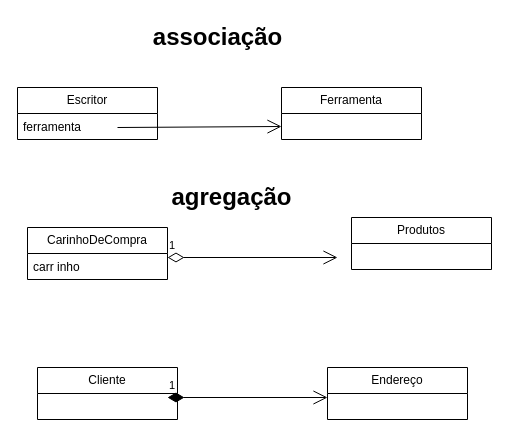
Earlier version of the draw.io diagram Diagrama sem nome.drawio (JackDev085/api-com-python). Source tidied: cells renumbered, new cells numbered last; positions are measured from the earlier drawing's top-left corner, leaving out a move shared by most shapes. Both pictures are drawn from the tidied source at 100%, with x=0, y=0 at pixel (17, 17).
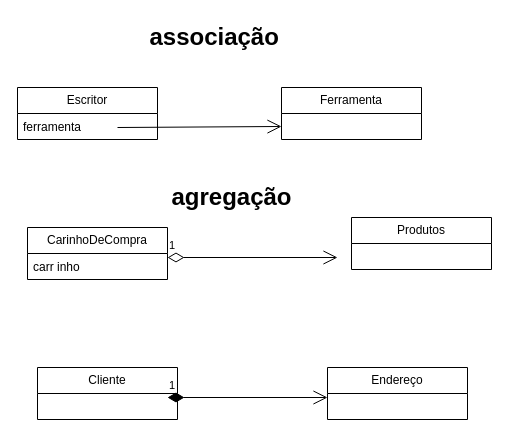
The same diagram, later.

The edit, as a diff of the source:
```diff
@@
 <mxGraphModel>
   <root>
     <mxCell id="0" />
     <mxCell id="1" parent="0" />
     <mxCell id="2" value="Escritor" style="swimlane;fontStyle=0;horizontal=1;startSize=26;fillColor=none;whiteSpace=wrap;html=1;" parent="1" vertex="1">
       <mxGeometry y="70" width="140" height="52" as="geometry" />
     </mxCell>
     <mxCell id="3" value="ferramenta&lt;br&gt;" style="text;strokeColor=none;fillColor=none;align=left;verticalAlign=top;spacingLeft=4;spacingRight=4;overflow=hidden;whiteSpace=wrap;html=1;" parent="2" vertex="1">
       <mxGeometry y="26" width="140" height="26" as="geometry" />
     </mxCell>
     <mxCell id="4" style="endArrow=open;endFill=1;endSize=12;html=1;rounded=0;entryX=0;entryY=0.75;entryDx=0;entryDy=0;" parent="2" edge="1" target="5">
       <mxGeometry relative="1" as="geometry">
         <mxPoint x="100" y="40" as="sourcePoint" />
       </mxGeometry>
     </mxCell>
     <mxCell id="5" value="Ferramenta" style="swimlane;fontStyle=0;horizontal=1;startSize=26;fillColor=none;whiteSpace=wrap;html=1;" parent="1" vertex="1">
       <mxGeometry x="264" y="70" width="140" height="52" as="geometry" />
     </mxCell>
     <mxCell id="6" value="CarinhoDeCompra" style="swimlane;fontStyle=0;horizontal=1;startSize=26;fillColor=none;whiteSpace=wrap;html=1;" parent="1" vertex="1">
       <mxGeometry x="10" y="210" width="140" height="52" as="geometry" />
     </mxCell>
     <mxCell id="7" value="carr inho" style="text;strokeColor=none;fillColor=none;align=left;verticalAlign=top;spacingLeft=4;spacingRight=4;overflow=hidden;whiteSpace=wrap;html=1;" parent="6" vertex="1">
       <mxGeometry y="26" width="140" height="26" as="geometry" />
     </mxCell>
     <mxCell id="8" value="1" style="endArrow=open;html=1;endSize=12;startArrow=diamondThin;startSize=14;startFill=0;edgeStyle=orthogonalEdgeStyle;align=left;verticalAlign=bottom;rounded=0;" parent="1" edge="1">
       <mxGeometry x="-1" y="3" relative="1" as="geometry">
         <mxPoint x="150" y="240" as="sourcePoint" />
         <mxPoint x="320" y="240" as="targetPoint" />
       </mxGeometry>
     </mxCell>
-    <mxCell id="9" value="associação" style="text;strokeColor=none;fillColor=none;html=1;fontSize=24;fontStyle=1;verticalAlign=middle;align=center;" parent="1" vertex="1">
+    <mxCell id="9" value="associação&amp;nbsp;" style="text;strokeColor=none;fillColor=none;html=1;fontSize=24;fontStyle=1;verticalAlign=middle;align=center;" parent="1" vertex="1">
       <mxGeometry x="150" width="100" height="40" as="geometry" />
     </mxCell>
     <mxCell id="10" value="agregação" style="text;strokeColor=none;fillColor=none;html=1;fontSize=24;fontStyle=1;verticalAlign=middle;align=center;" parent="1" vertex="1">
       <mxGeometry x="164" y="160" width="100" height="40" as="geometry" />
     </mxCell>
     <mxCell id="11" value="Produtos" style="swimlane;fontStyle=0;horizontal=1;startSize=26;fillColor=none;whiteSpace=wrap;html=1;" parent="1" vertex="1">
       <mxGeometry x="334" y="200" width="140" height="52" as="geometry" />
     </mxCell>
     <mxCell id="12" value="Cliente" style="swimlane;fontStyle=0;horizontal=1;startSize=26;fillColor=none;whiteSpace=wrap;html=1;" parent="1" vertex="1">
       <mxGeometry x="20" y="350" width="140" height="52" as="geometry" />
     </mxCell>
     <mxCell id="13" value="1" style="endArrow=open;html=1;endSize=12;startArrow=diamondThin;startSize=14;startFill=1;edgeStyle=orthogonalEdgeStyle;align=left;verticalAlign=bottom;rounded=0;" parent="12" edge="1">
       <mxGeometry x="-1" y="3" relative="1" as="geometry">
         <mxPoint x="130" y="30" as="sourcePoint" />
         <mxPoint x="290" y="30" as="targetPoint" />
       </mxGeometry>
     </mxCell>
     <mxCell id="14" value="Endereço" style="swimlane;fontStyle=0;horizontal=1;startSize=26;fillColor=none;whiteSpace=wrap;html=1;" parent="1" vertex="1">
       <mxGeometry x="310" y="350" width="140" height="52" as="geometry" />
     </mxCell>
   </root>
 </mxGraphModel>
```
